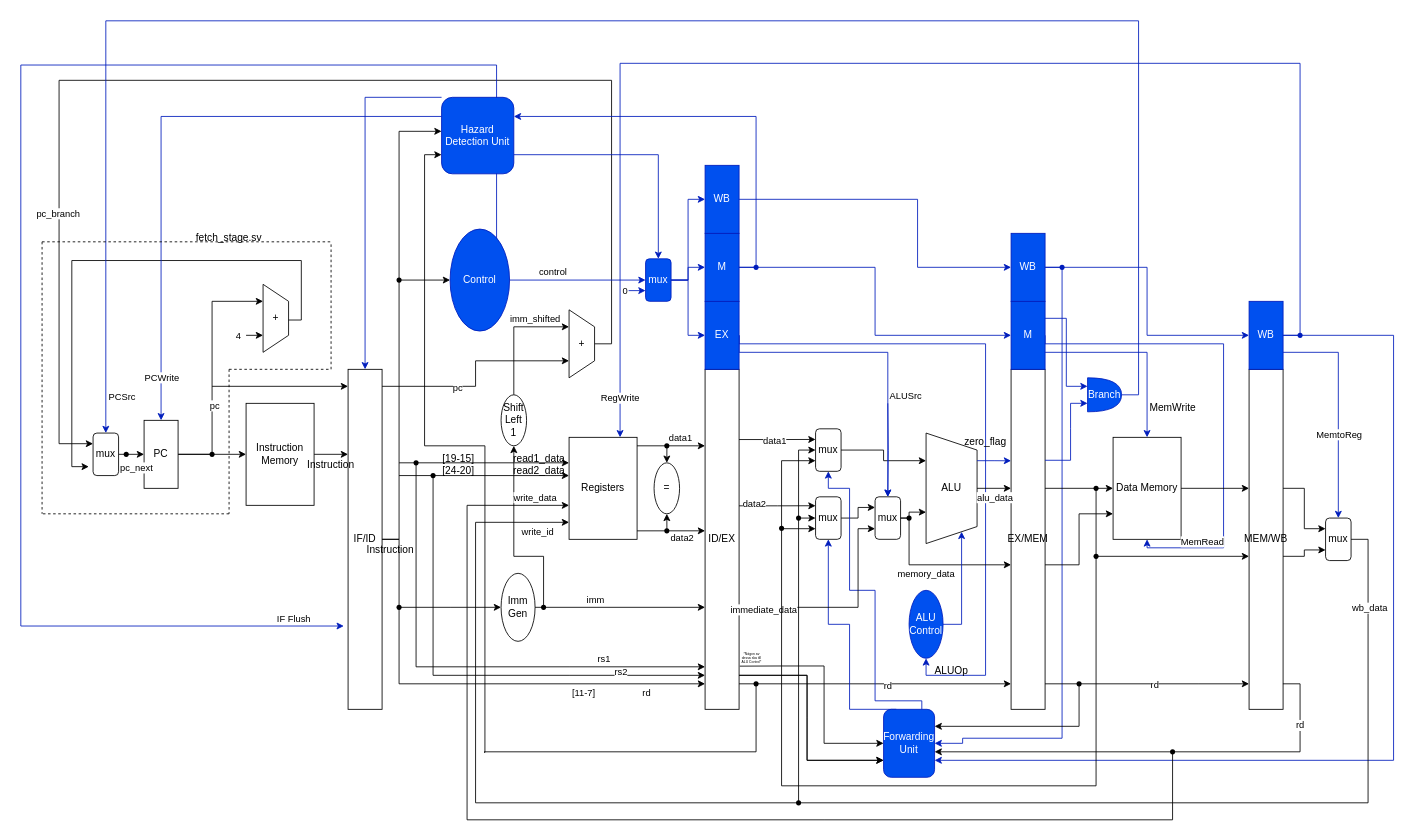
Above: documentation/Architecture.drawio in RISC-V-on-FPGA/riscv (draw.io), before the change. Source tidied: cells renumbered, new cells numbered last; positions are measured from the earlier drawing's top-left corner, leaving out a move shared by most shapes. Both pictures are drawn from the tidied source at 85%, with x=0, y=0 at pixel (20, 20).
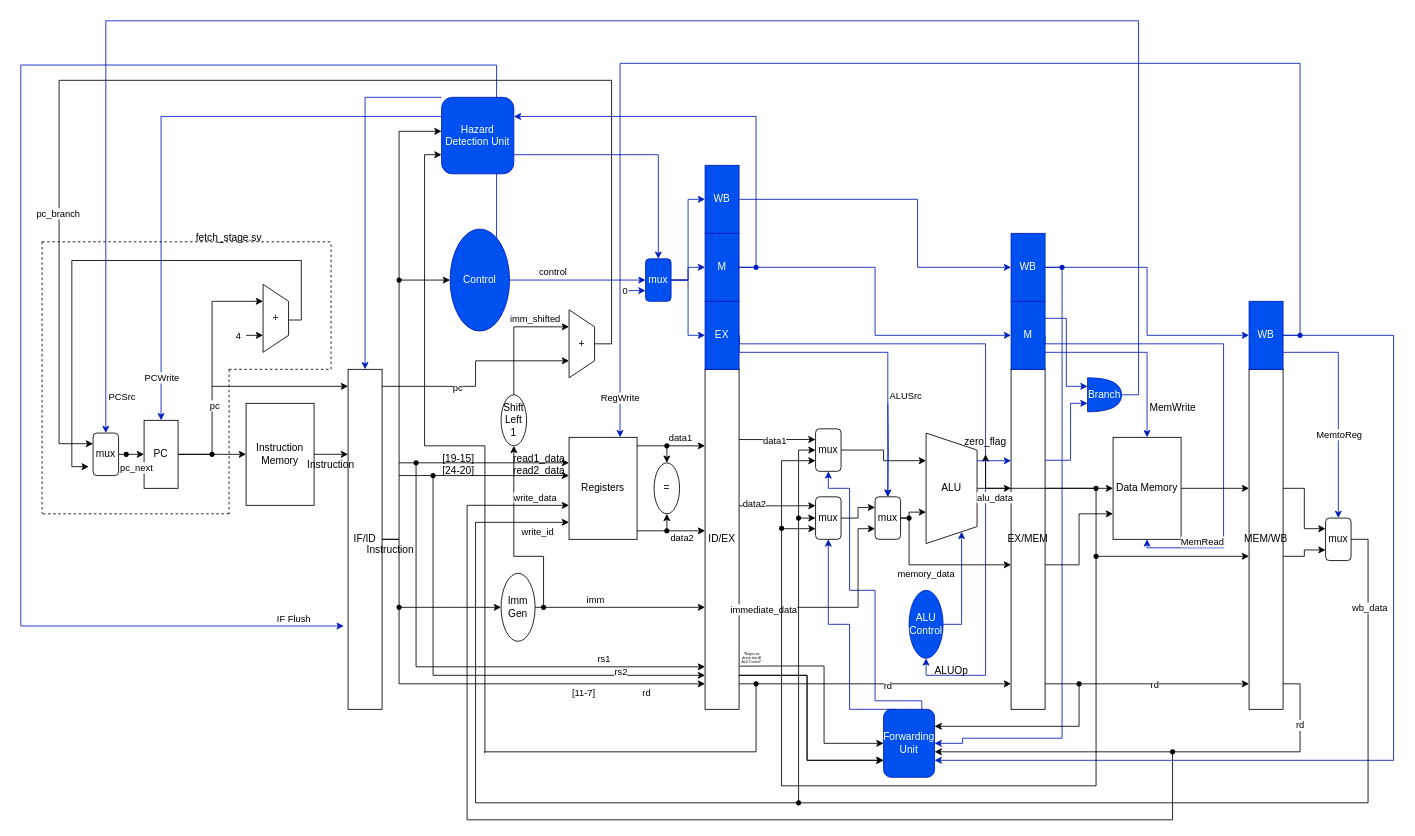
The same diagram, later.

Unchanged cells that the change refers to:
```xml
<mxCell id="152" style="shape=waypoint;sketch=0;fillStyle=solid;size=6;points=[];fillColor=none;perimeter=centerPerimeter;snapToPoint=1;" parent="1" vertex="1">
  <mxGeometry x="1255" y="540" width="20" height="20" as="geometry" />
</mxCell>
<mxCell id="192" value="zero_flag" style="text;html=1;strokeColor=none;fillColor=none;align=center;verticalAlign=middle;whiteSpace=wrap;rounded=0;" parent="1" vertex="1">
  <mxGeometry x="1105" y="480" width="60" height="30" as="geometry" />
</mxCell>
```

What changed in the source:
```diff
@@
+    <mxCell id="199" style="edgeStyle=orthogonalEdgeStyle;rounded=0;jettySize=auto;html=1;" parent="1" edge="1" source="152" target="192">
+      <mxGeometry relative="1" as="geometry" />
+    </mxCell>
```
